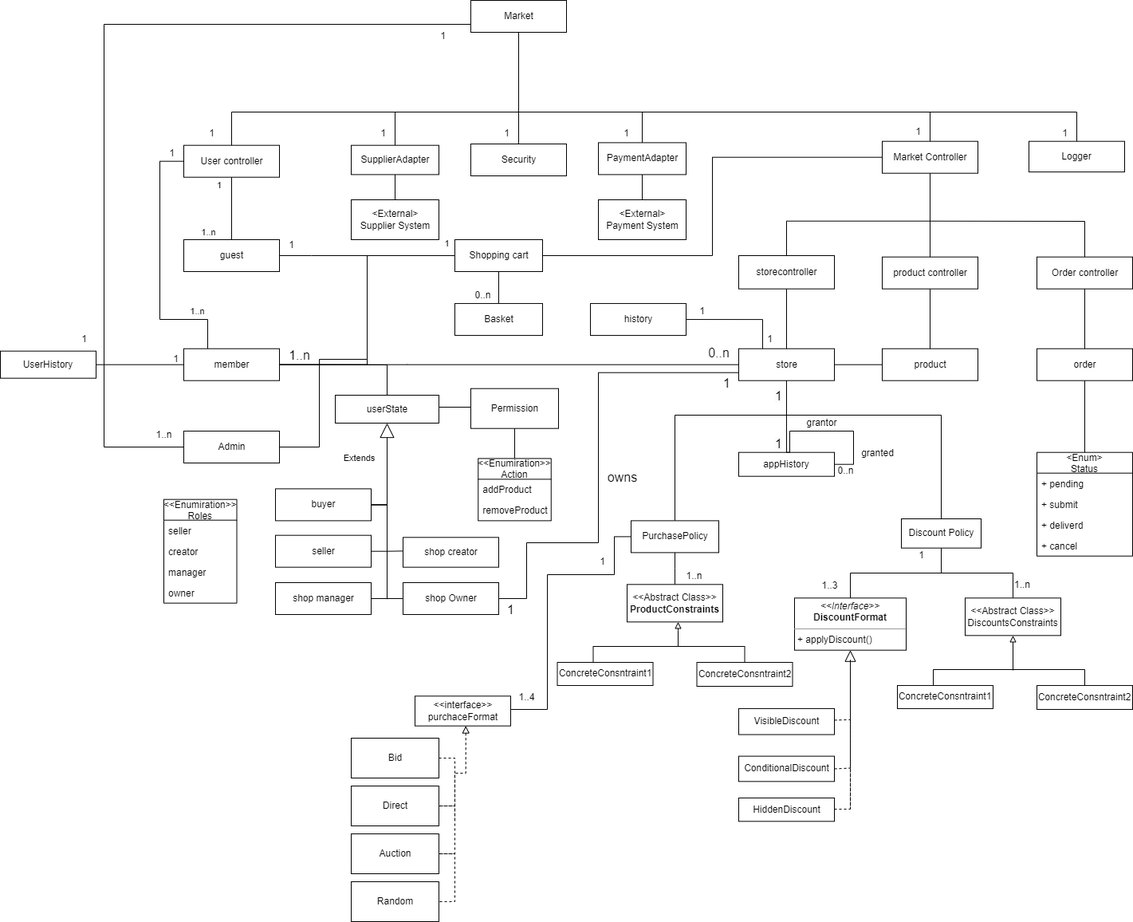
The draw.io diagram docx/version1/whiteClassDiagram.drawio.png in Naveavra/Trading-System, before a commit. Source tidied: cells renumbered, new cells last; positions are measured from the earlier drawing's top-left corner, leaving out a move shared by most shapes.
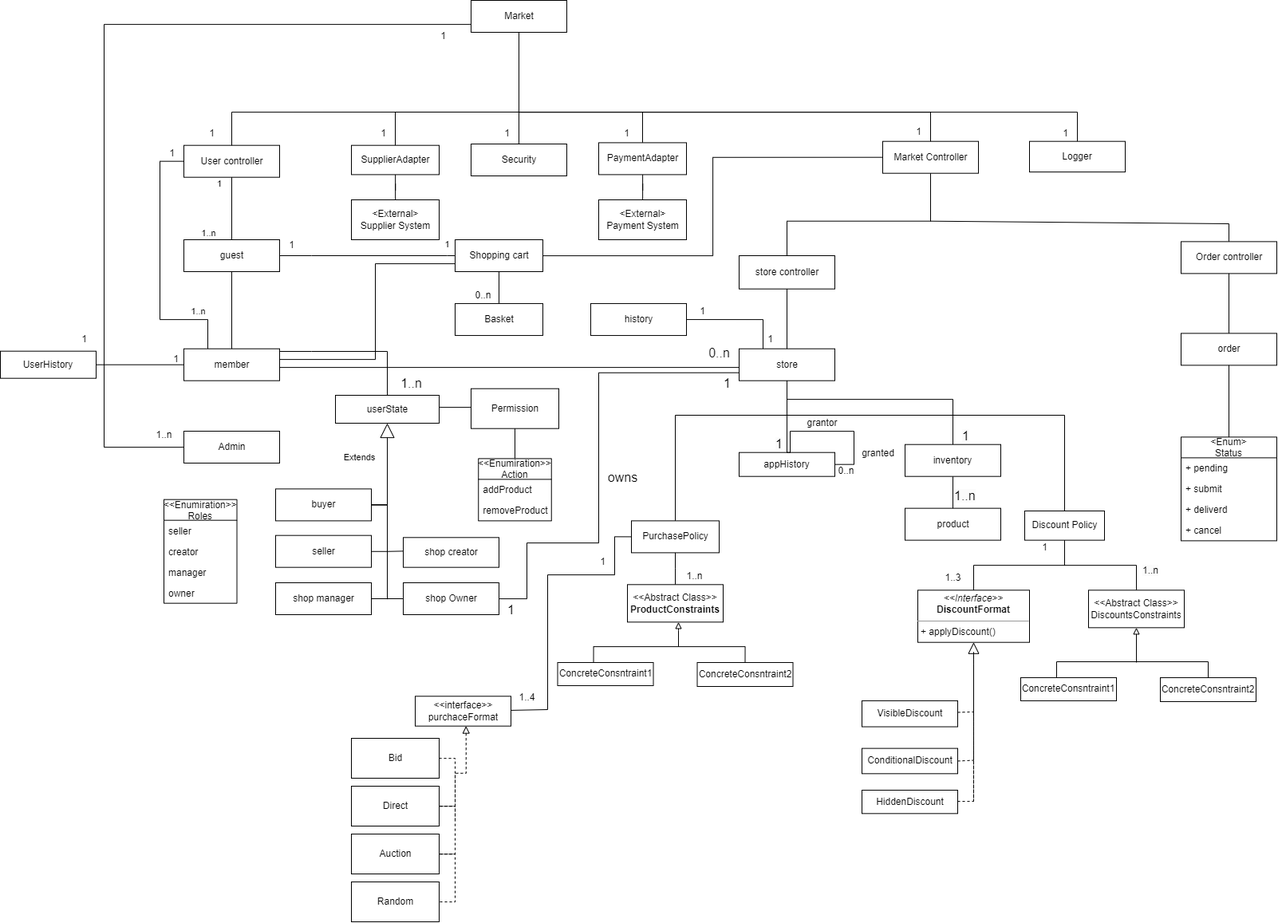
Later version of the same file.

Change to the diagram source:
```diff
@@ -14,13 +14,10 @@
       <mxGeometry relative="1" as="geometry">
         <Array as="points">
           <mxPoint x="1166" y="276.7" />
-          <mxPoint x="1360" y="277" />
+          <mxPoint x="1540" y="280" />
         </Array>
       </mxGeometry>
     </mxCell>
-    <mxCell id="4" style="edgeStyle=none;rounded=0;jettySize=auto;html=1;entryX=0.5;entryY=0;entryDx=0;entryDy=0;startArrow=none;startFill=0;endArrow=none;endFill=0;" parent="1" edge="1" source="5" target="36">
-      <mxGeometry relative="1" as="geometry" />
-    </mxCell>
     <mxCell id="5" value="Market Controller" style="html=1;" parent="1" vertex="1">
       <mxGeometry x="1106" y="176.7" width="120" height="40" as="geometry" />
     </mxCell>
@@ -36,7 +33,7 @@
     <mxCell id="7" value="User controller" style="html=1;" parent="1" vertex="1">
       <mxGeometry x="230" y="181.7" width="120" height="40" as="geometry" />
     </mxCell>
-    <mxCell id="8" value="storecontroller" style="html=1;" parent="1" vertex="1">
+    <mxCell id="8" value="store controller" style="html=1;" parent="1" vertex="1">
       <mxGeometry x="926" y="320" width="120" height="41.7" as="geometry" />
     </mxCell>
     <mxCell id="9" style="edgeStyle=none;rounded=0;jettySize=auto;html=1;startArrow=none;startFill=0;endArrow=none;endFill=0;entryX=0;entryY=0.5;entryDx=0;entryDy=0;exitX=1;exitY=0.5;exitDx=0;exitDy=0;" parent="1" edge="1" source="34" target="48">
@@ -125,7 +122,7 @@
       <mxGeometry relative="1" as="geometry">
         <Array as="points">
           <mxPoint x="986" y="520" />
-          <mxPoint x="1180" y="520" />
+          <mxPoint x="1334" y="520" />
         </Array>
       </mxGeometry>
     </mxCell>
@@ -140,11 +137,19 @@
     <mxCell id="24" style="edgeStyle=orthogonalEdgeStyle;rounded=0;jettySize=auto;html=1;exitX=0.25;exitY=0;exitDx=0;exitDy=0;entryX=1;entryY=0.5;entryDx=0;entryDy=0;startArrow=none;startFill=0;endArrow=none;endFill=0;" parent="1" edge="1" source="25" target="124">
       <mxGeometry relative="1" as="geometry" />
     </mxCell>
+    <mxCell id="156" style="edgeStyle=orthogonalEdgeStyle;rounded=0;jettySize=auto;html=1;endArrow=none;endFill=0;" parent="1" edge="1" source="25" target="158">
+      <mxGeometry relative="1" as="geometry">
+        <Array as="points">
+          <mxPoint x="986" y="500" />
+          <mxPoint x="1194" y="500" />
+        </Array>
+      </mxGeometry>
+    </mxCell>
     <mxCell id="25" value="store" style="html=1;" parent="1" vertex="1">
       <mxGeometry x="926" y="436.7" width="120" height="40" as="geometry" />
     </mxCell>
     <mxCell id="26" value="Order controller" style="html=1;" parent="1" vertex="1">
-      <mxGeometry x="1300" y="321.7" width="120" height="40" as="geometry" />
+      <mxGeometry x="1480" y="302.4" width="120" height="40" as="geometry" />
     </mxCell>
     <mxCell id="27" style="edgeStyle=orthogonalEdgeStyle;rounded=0;jettySize=auto;html=1;entryX=0;entryY=0.75;entryDx=0;entryDy=0;startArrow=none;startFill=0;endArrow=none;endFill=0;" parent="1" edge="1" source="28" target="25">
       <mxGeometry relative="1" as="geometry">
@@ -180,23 +185,17 @@
     <mxCell id="35" style="endArrow=none;endFill=0;endSize=24;html=1;rounded=0;exitX=0.5;exitY=0;exitDx=0;exitDy=0;entryX=0.5;entryY=1;entryDx=0;entryDy=0;startArrow=none;startFill=0;" parent="1" edge="1" source="25" target="8">
       <mxGeometry relative="1" as="geometry" />
     </mxCell>
-    <mxCell id="36" value="product controller" style="html=1;" parent="1" vertex="1">
-      <mxGeometry x="1106" y="321.7" width="120" height="40" as="geometry" />
-    </mxCell>
     <mxCell id="37" value="product" style="html=1;" parent="1" vertex="1">
-      <mxGeometry x="1106" y="436.7" width="120" height="40" as="geometry" />
+      <mxGeometry x="1134" y="636.6" width="120" height="40" as="geometry" />
     </mxCell>
-    <mxCell id="38" style="endArrow=none;endFill=0;endSize=24;html=1;rounded=0;exitX=0.5;exitY=0;exitDx=0;exitDy=0;entryX=0.5;entryY=1;entryDx=0;entryDy=0;startArrow=none;startFill=0;" parent="1" edge="1" source="37" target="36">
-      <mxGeometry relative="1" as="geometry" />
-    </mxCell>
     <mxCell id="39" value="order" style="html=1;" parent="1" vertex="1">
-      <mxGeometry x="1300" y="436.7" width="120" height="40" as="geometry" />
+      <mxGeometry x="1480" y="417.4" width="120" height="40" as="geometry" />
     </mxCell>
     <mxCell id="40" style="endArrow=none;endFill=0;endSize=24;html=1;rounded=0;exitX=0.5;exitY=0;exitDx=0;exitDy=0;entryX=0.5;entryY=1;entryDx=0;entryDy=0;startArrow=none;startFill=0;" parent="1" edge="1" source="39" target="26">
       <mxGeometry relative="1" as="geometry" />
     </mxCell>
     <mxCell id="41" value="&lt;Enum&gt;&#10;Status" style="swimlane;fontStyle=0;horizontal=1;startSize=26;fillColor=none;" parent="1" vertex="1">
-      <mxGeometry x="1300" y="566.7" width="120" height="130" as="geometry" />
+      <mxGeometry x="1480" y="547.4" width="120" height="130" as="geometry" />
     </mxCell>
     <mxCell id="42" value="+ pending" style="text;strokeColor=none;fillColor=none;align=left;verticalAlign=top;spacingLeft=4;spacingRight=4;overflow=hidden;" parent="41" vertex="1">
       <mxGeometry y="26" width="120" height="26" as="geometry" />
@@ -225,16 +224,6 @@
     <mxCell id="50" style="endArrow=none;endFill=0;endSize=24;html=1;rounded=0;exitX=0.5;exitY=0;exitDx=0;exitDy=0;" parent="1" edge="1" source="49" target="48">
       <mxGeometry relative="1" as="geometry" />
     </mxCell>
-    <mxCell id="51" style="edgeStyle=orthogonalEdgeStyle;rounded=0;jettySize=auto;html=1;entryX=0;entryY=0.5;entryDx=0;entryDy=0;endArrow=none;endFill=0;" parent="1" edge="1" source="52" target="48">
-      <mxGeometry relative="1" as="geometry">
-        <Array as="points">
-          <mxPoint x="400" y="560" />
-          <mxPoint x="400" y="450" />
-          <mxPoint x="460" y="450" />
-          <mxPoint x="460" y="320" />
-        </Array>
-      </mxGeometry>
-    </mxCell>
     <mxCell id="52" value="Admin" style="html=1;" parent="1" vertex="1">
       <mxGeometry x="230" y="540" width="120" height="40" as="geometry" />
     </mxCell>
@@ -244,23 +233,33 @@
       </mxGeometry>
     </mxCell>
     <mxCell id="54" style="edgeStyle=orthogonalEdgeStyle;rounded=0;jettySize=auto;html=1;entryX=0;entryY=0.5;entryDx=0;entryDy=0;endArrow=none;endFill=0;" parent="1" edge="1" source="55" target="48">
-      <mxGeometry relative="1" as="geometry" />
+      <mxGeometry relative="1" as="geometry">
+        <Array as="points">
+          <mxPoint x="470" y="450" />
+          <mxPoint x="470" y="330" />
+          <mxPoint x="570" y="330" />
+        </Array>
+      </mxGeometry>
     </mxCell>
+    <mxCell id="157" style="edgeStyle=orthogonalEdgeStyle;rounded=0;jettySize=auto;html=1;endArrow=none;endFill=0;" parent="1" edge="1" source="55" target="34">
+      <mxGeometry relative="1" as="geometry" />
+    </mxCell>
     <mxCell id="55" value="member" style="html=1;" parent="1" vertex="1">
       <mxGeometry x="230" y="436.7" width="120" height="40" as="geometry" />
     </mxCell>
-    <mxCell id="56" style="endArrow=none;endFill=0;endSize=24;html=1;rounded=0;exitX=0.5;exitY=0;exitDx=0;exitDy=0;entryX=1;entryY=0.5;entryDx=0;entryDy=0;startArrow=none;startFill=0;" parent="1" edge="1" source="13" target="55">
+    <mxCell id="56" style="endArrow=none;endFill=0;endSize=24;html=1;rounded=0;exitX=0.5;exitY=0;exitDx=0;exitDy=0;startArrow=none;startFill=0;" parent="1" edge="1" source="13">
       <mxGeometry relative="1" as="geometry">
+        <mxPoint x="350" y="440" as="targetPoint" />
         <Array as="points">
-          <mxPoint x="485" y="457" />
+          <mxPoint x="485" y="440" />
+          <mxPoint x="390" y="440" />
         </Array>
       </mxGeometry>
     </mxCell>
     <mxCell id="57" style="edgeStyle=orthogonalEdgeStyle;rounded=0;jettySize=auto;html=1;fontSize=12;endArrow=none;endFill=0;exitX=1;exitY=0.5;exitDx=0;exitDy=0;" parent="1" edge="1" source="55" target="25">
       <mxGeometry relative="1" as="geometry">
         <Array as="points">
-          <mxPoint x="510" y="457" />
-          <mxPoint x="510" y="457" />
+          <mxPoint x="350" y="460" />
         </Array>
       </mxGeometry>
     </mxCell>
@@ -274,7 +273,7 @@
       </mxGeometry>
     </mxCell>
     <mxCell id="59" style="group;" parent="1" vertex="1">
-      <mxGeometry x="926" y="749.3" width="210" height="283.3" as="geometry" />
+      <mxGeometry x="1080" y="739.3" width="210" height="283.3" as="geometry" />
     </mxCell>
     <mxCell id="60" value="&lt;p style=&quot;margin:0px;margin-top:4px;text-align:center;&quot;&gt;&lt;i&gt;&amp;lt;&amp;lt;Interface&amp;gt;&amp;gt;&lt;/i&gt;&lt;br&gt;&lt;b&gt;DiscountFormat&lt;/b&gt;&lt;/p&gt;&lt;hr size=&quot;1&quot;&gt;&lt;p style=&quot;margin:0px;margin-left:4px;&quot;&gt;+ applyDiscount()&lt;br&gt;&lt;br&gt;&lt;/p&gt;" style="verticalAlign=top;align=left;overflow=fill;fontSize=12;fontFamily=Helvetica;html=1;" parent="59" vertex="1">
       <mxGeometry x="70" width="140" height="65.4" as="geometry" />
@@ -323,7 +322,7 @@
       </mxGeometry>
     </mxCell>
     <mxCell id="68" value="1..3" style="text;html=1;align=center;verticalAlign=middle;strokeColor=none;fillColor=none;" parent="1" vertex="1">
-      <mxGeometry x="1020" y="719.3" width="40" height="30" as="geometry" />
+      <mxGeometry x="1174" y="709.3" width="40" height="30" as="geometry" />
     </mxCell>
     <mxCell id="69" style="edgeStyle=orthogonalEdgeStyle;rounded=0;jettySize=auto;html=1;entryX=0.5;entryY=0;entryDx=0;entryDy=0;endArrow=none;endFill=0;" parent="1" edge="1" source="71" target="60">
       <mxGeometry relative="1" as="geometry" />
@@ -332,9 +331,9 @@
       <mxGeometry relative="1" as="geometry" />
     </mxCell>
     <mxCell id="71" value="Discount Policy" style="html=1;" parent="1" vertex="1">
-      <mxGeometry x="1130" y="650" width="100" height="36.6" as="geometry" />
+      <mxGeometry x="1284" y="640" width="100" height="36.6" as="geometry" />
     </mxCell>
-    <mxCell id="72" style="endArrow=none;endFill=0;endSize=24;html=1;rounded=0;exitX=0;exitY=0.5;exitDx=0;exitDy=0;entryX=1;entryY=0.5;entryDx=0;entryDy=0;startArrow=none;startFill=0;" parent="1" edge="1" source="37" target="25">
+    <mxCell id="72" style="endArrow=none;endFill=0;endSize=24;html=1;rounded=0;exitX=0.5;exitY=0;exitDx=0;exitDy=0;entryX=0.5;entryY=1;entryDx=0;entryDy=0;startArrow=none;startFill=0;" parent="1" edge="1" source="37" target="158">
       <mxGeometry relative="1" as="geometry" />
     </mxCell>
     <mxCell id="73" value="Permission" style="html=1;fontSize=12;" parent="1" vertex="1">
@@ -356,7 +355,7 @@
       <mxGeometry x="350" y="291.7" width="30" height="30" as="geometry" />
     </mxCell>
     <mxCell id="79" value="1..n" style="text;html=1;align=center;verticalAlign=middle;strokeColor=none;fillColor=none;fontSize=16;" parent="1" vertex="1">
-      <mxGeometry x="350" y="430" width="50" height="30" as="geometry" />
+      <mxGeometry x="490" y="465" width="50" height="30" as="geometry" />
     </mxCell>
     <mxCell id="80" value="0..n" style="text;html=1;align=center;verticalAlign=middle;strokeColor=none;fillColor=none;fontSize=16;" parent="1" vertex="1">
       <mxGeometry x="876" y="426.7" width="50" height="30" as="geometry" />
@@ -543,7 +542,7 @@
       <mxGeometry x="345" y="612.4" width="120" height="40" as="geometry" />
     </mxCell>
     <mxCell id="129" value="&lt;span style=&quot;color: rgb(0, 0, 0); font-family: Helvetica; font-size: 16px; font-style: normal; font-variant-ligatures: normal; font-variant-caps: normal; font-weight: 400; letter-spacing: normal; orphans: 2; text-align: center; text-indent: 0px; text-transform: none; widows: 2; word-spacing: 0px; -webkit-text-stroke-width: 0px; background-color: rgb(251, 251, 251); text-decoration-thickness: initial; text-decoration-style: initial; text-decoration-color: initial; float: none; display: inline !important;&quot;&gt;1&lt;/span&gt;" style="text;whiteSpace=wrap;html=1;" parent="1" vertex="1">
-      <mxGeometry x="970" y="480" width="10" height="30" as="geometry" />
+      <mxGeometry x="1204" y="530" width="10" height="30" as="geometry" />
     </mxCell>
     <mxCell id="130" value="&lt;span style=&quot;color: rgb(0, 0, 0); font-family: Helvetica; font-size: 16px; font-style: normal; font-variant-ligatures: normal; font-variant-caps: normal; font-weight: 400; letter-spacing: normal; orphans: 2; text-align: center; text-indent: 0px; text-transform: none; widows: 2; word-spacing: 0px; -webkit-text-stroke-width: 0px; background-color: rgb(251, 251, 251); text-decoration-thickness: initial; text-decoration-style: initial; text-decoration-color: initial; float: none; display: inline !important;&quot;&gt;1&lt;/span&gt;" style="text;whiteSpace=wrap;html=1;" parent="1" vertex="1">
       <mxGeometry x="970" y="540" width="10" height="30" as="geometry" />
@@ -581,7 +580,7 @@
       <mxGeometry x="520" y="872.3" width="120" height="37.4" as="geometry" />
     </mxCell>
     <mxCell id="141" style="group;" parent="1" vertex="1">
-      <mxGeometry x="1125" y="749.3" width="295" height="139.7" as="geometry" />
+      <mxGeometry x="1279" y="739.3" width="295" height="139.7" as="geometry" />
     </mxCell>
     <mxCell id="142" value="ConcreteConsntraint2" style="rounded=0;whiteSpace=wrap;html=1;" parent="141" vertex="1">
       <mxGeometry x="175" y="109.6" width="120" height="30" as="geometry" />
@@ -601,10 +600,10 @@
       <mxGeometry x="85" width="120" height="47" as="geometry" />
     </mxCell>
     <mxCell id="147" value="&lt;span style=&quot;color: rgb(0, 0, 0); font-family: Helvetica; font-size: 12px; font-style: normal; font-variant-ligatures: normal; font-variant-caps: normal; font-weight: 400; letter-spacing: normal; orphans: 2; text-align: center; text-indent: 0px; text-transform: none; widows: 2; word-spacing: 0px; -webkit-text-stroke-width: 0px; background-color: rgb(251, 251, 251); text-decoration-thickness: initial; text-decoration-style: initial; text-decoration-color: initial; float: none; display: inline !important;&quot;&gt;1..n&lt;/span&gt;" style="text;whiteSpace=wrap;html=1;" parent="1" vertex="1">
-      <mxGeometry x="1270" y="719.3" width="30" height="30" as="geometry" />
+      <mxGeometry x="1430" y="700.7" width="30" height="30" as="geometry" />
     </mxCell>
     <mxCell id="148" value="1" style="text;html=1;align=center;verticalAlign=middle;strokeColor=none;fillColor=none;" parent="1" vertex="1">
-      <mxGeometry x="1140" y="680.7" width="30" height="30" as="geometry" />
+      <mxGeometry x="1294" y="670.7" width="30" height="30" as="geometry" />
     </mxCell>
     <mxCell id="149" value="Logger" style="rounded=0;whiteSpace=wrap;html=1;" parent="1" vertex="1">
       <mxGeometry x="1290" y="176.7" width="120" height="38.4" as="geometry" />
@@ -627,5 +626,11 @@
     <mxCell id="155" value="1" style="text;html=1;align=center;verticalAlign=middle;strokeColor=none;fillColor=none;" parent="1" vertex="1">
       <mxGeometry x="1320" y="151.7" width="30" height="30" as="geometry" />
     </mxCell>
+    <mxCell id="158" value="inventory" style="rounded=0;whiteSpace=wrap;html=1;" parent="1" vertex="1">
+      <mxGeometry x="1134" y="556.7" width="120" height="40" as="geometry" />
+    </mxCell>
+    <mxCell id="159" value="&lt;span style=&quot;color: rgb(0, 0, 0); font-family: Helvetica; font-size: 16px; font-style: normal; font-variant-ligatures: normal; font-variant-caps: normal; font-weight: 400; letter-spacing: normal; orphans: 2; text-align: center; text-indent: 0px; text-transform: none; widows: 2; word-spacing: 0px; -webkit-text-stroke-width: 0px; background-color: rgb(251, 251, 251); text-decoration-thickness: initial; text-decoration-style: initial; text-decoration-color: initial; float: none; display: inline !important;&quot;&gt;1..n&lt;/span&gt;" style="text;whiteSpace=wrap;html=1;" parent="1" vertex="1">
+      <mxGeometry x="1194" y="605" width="10" height="30" as="geometry" />
+    </mxCell>
   </root>
 </mxGraphModel>
```
